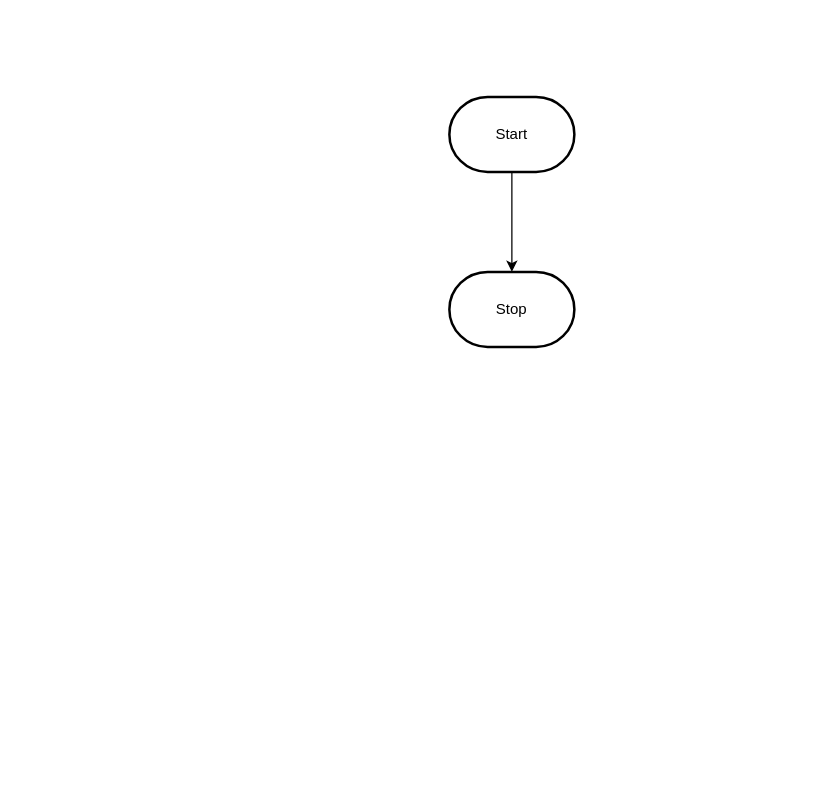
Above: design/flowchart.drawio in MTHS-TEJ2O-1-2023/TEJ2O-Unit-2-09-ihor-chernyshev (draw.io), before the change. Source tidied: cells renumbered, new cells numbered last; positions are measured from the earlier drawing's top-left corner, leaving out a move shared by most shapes. Both pictures are drawn from the tidied source at 125%, with x=0, y=0 at pixel (449, 96).
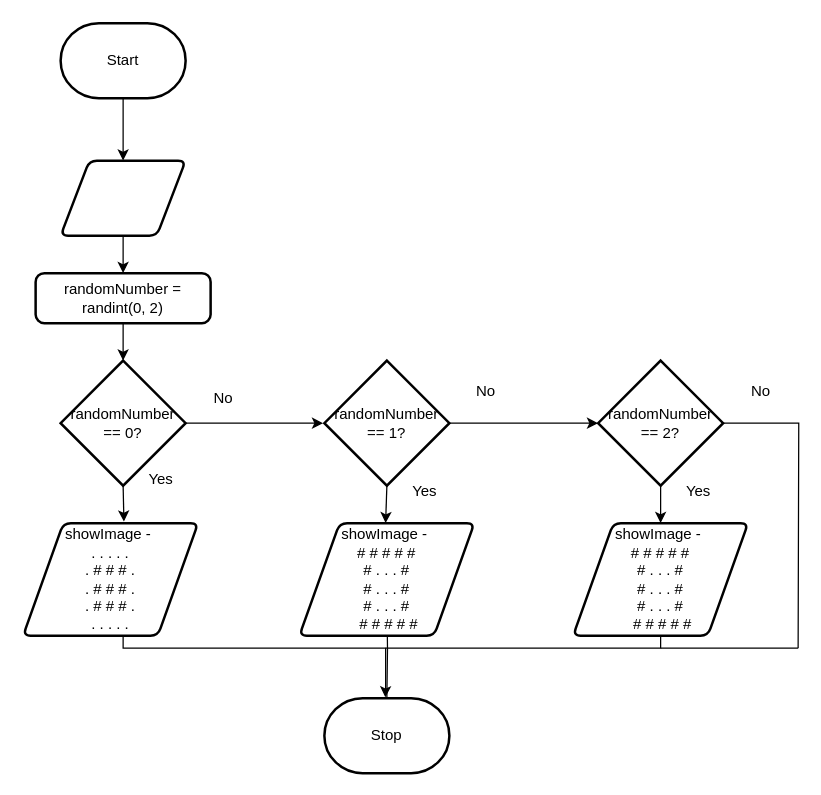
The same diagram, later.

Diff of the diagram source:
```diff
@@
-    <mxCell id="2" style="edgeStyle=orthogonalEdgeStyle;html=1;rounded=0;" parent="1" edge="1" source="3" target="4">
-      <mxGeometry relative="1" as="geometry" />
-    </mxCell>
+    <mxCell id="5" style="edgeStyle=none;html=1;exitX=0.5;exitY=1;exitDx=0;exitDy=0;exitPerimeter=0;entryX=0.5;entryY=0;entryDx=0;entryDy=0;" parent="1" edge="1" source="3" target="2">
+      <mxGeometry relative="1" as="geometry" />
+    </mxCell>
     <mxCell id="3" value="Start" style="strokeWidth=2;html=1;shape=mxgraph.flowchart.terminator;whiteSpace=wrap;" parent="1" vertex="1">
-      <mxGeometry width="100" height="60" as="geometry" />
+      <mxGeometry x="-311" y="-59" width="100" height="60" as="geometry" />
     </mxCell>
     <mxCell id="4" value="Stop" style="strokeWidth=2;html=1;shape=mxgraph.flowchart.terminator;whiteSpace=wrap;" parent="1" vertex="1">
-      <mxGeometry y="140" width="100" height="60" as="geometry" />
+      <mxGeometry x="-100" y="481" width="100" height="60" as="geometry" />
     </mxCell>
+    <mxCell id="6" style="edgeStyle=none;html=1;exitX=0.5;exitY=1;exitDx=0;exitDy=0;entryX=0.5;entryY=0;entryDx=0;entryDy=0;" parent="1" edge="1" source="2" target="8">
+      <mxGeometry relative="1" as="geometry" />
+    </mxCell>
+    <mxCell id="2" style="shape=parallelogram;html=1;strokeWidth=2;perimeter=parallelogramPerimeter;whiteSpace=wrap;rounded=1;arcSize=12;size=0.23;" parent="1" vertex="1">
+      <mxGeometry x="-311" y="51" width="100" height="60" as="geometry" />
+    </mxCell>
+    <mxCell id="7" style="edgeStyle=none;html=1;exitX=0.5;exitY=1;exitDx=0;exitDy=0;entryX=0.5;entryY=0;entryDx=0;entryDy=0;entryPerimeter=0;" parent="1" edge="1" source="8" target="11">
+      <mxGeometry relative="1" as="geometry" />
+    </mxCell>
+    <mxCell id="8" value="randomNumber = randint(0, 2)" style="rounded=1;whiteSpace=wrap;html=1;absoluteArcSize=1;arcSize=14;strokeWidth=2;" parent="1" vertex="1">
+      <mxGeometry x="-331" y="141" width="140" height="40" as="geometry" />
+    </mxCell>
+    <mxCell id="9" style="edgeStyle=none;html=1;exitX=0.5;exitY=1;exitDx=0;exitDy=0;exitPerimeter=0;entryX=0.576;entryY=-0.014;entryDx=0;entryDy=0;entryPerimeter=0;" parent="1" edge="1" source="11" target="19">
+      <mxGeometry relative="1" as="geometry" />
+    </mxCell>
+    <mxCell id="10" style="edgeStyle=none;html=1;exitX=1;exitY=0.5;exitDx=0;exitDy=0;exitPerimeter=0;" parent="1" edge="1" source="11">
+      <mxGeometry relative="1" as="geometry">
+        <mxPoint x="-101" y="261" as="targetPoint" />
+      </mxGeometry>
+    </mxCell>
+    <mxCell id="11" value="randomNumber == 0?" style="strokeWidth=2;html=1;shape=mxgraph.flowchart.decision;whiteSpace=wrap;" parent="1" vertex="1">
+      <mxGeometry x="-311" y="211" width="100" height="100" as="geometry" />
+    </mxCell>
+    <mxCell id="12" style="edgeStyle=none;html=1;exitX=0.5;exitY=1;exitDx=0;exitDy=0;exitPerimeter=0;" parent="1" edge="1" source="14">
+      <mxGeometry relative="1" as="geometry">
+        <mxPoint x="-51" y="341" as="targetPoint" />
+      </mxGeometry>
+    </mxCell>
+    <mxCell id="13" style="edgeStyle=none;html=1;exitX=1;exitY=0.5;exitDx=0;exitDy=0;exitPerimeter=0;entryX=0;entryY=0.5;entryDx=0;entryDy=0;entryPerimeter=0;" parent="1" edge="1" source="14" target="17">
+      <mxGeometry relative="1" as="geometry" />
+    </mxCell>
+    <mxCell id="14" value="randomNumber == 1?" style="strokeWidth=2;html=1;shape=mxgraph.flowchart.decision;whiteSpace=wrap;" parent="1" vertex="1">
+      <mxGeometry x="-100" y="211" width="100" height="100" as="geometry" />
+    </mxCell>
+    <mxCell id="15" style="edgeStyle=none;html=1;exitX=0.5;exitY=1;exitDx=0;exitDy=0;exitPerimeter=0;" parent="1" edge="1" source="17">
+      <mxGeometry relative="1" as="geometry">
+        <mxPoint x="169" y="341" as="targetPoint" />
+      </mxGeometry>
+    </mxCell>
+    <mxCell id="16" style="edgeStyle=orthogonalEdgeStyle;rounded=0;html=1;exitX=1;exitY=0.5;exitDx=0;exitDy=0;exitPerimeter=0;endArrow=none;endFill=0;" parent="1" edge="1" source="17">
+      <mxGeometry relative="1" as="geometry">
+        <mxPoint x="279" y="441" as="targetPoint" />
+      </mxGeometry>
+    </mxCell>
+    <mxCell id="17" value="randomNumber == 2?" style="strokeWidth=2;html=1;shape=mxgraph.flowchart.decision;whiteSpace=wrap;" parent="1" vertex="1">
+      <mxGeometry x="119" y="211" width="100" height="100" as="geometry" />
+    </mxCell>
+    <mxCell id="18" style="edgeStyle=orthogonalEdgeStyle;html=1;exitX=0.5;exitY=1;exitDx=0;exitDy=0;rounded=0;entryX=0.488;entryY=-0.01;entryDx=0;entryDy=0;entryPerimeter=0;" parent="1" edge="1" source="19" target="4">
+      <mxGeometry relative="1" as="geometry">
+        <Array as="points">
+          <mxPoint x="-261" y="441" />
+          <mxPoint x="-51" y="441" />
+          <mxPoint x="-51" y="471" />
+          <mxPoint x="-51" y="471" />
+        </Array>
+      </mxGeometry>
+    </mxCell>
+    <mxCell id="19" value="showImage -&amp;nbsp;&lt;br&gt;&lt;div&gt;. . . . .&lt;/div&gt;&lt;div&gt;. # # # .&lt;/div&gt;&lt;div&gt;. # # # .&lt;/div&gt;&lt;div&gt;. # # # .&lt;/div&gt;&lt;div&gt;. . . . .&lt;/div&gt;" style="shape=parallelogram;html=1;strokeWidth=2;perimeter=parallelogramPerimeter;whiteSpace=wrap;rounded=1;arcSize=12;size=0.23;" parent="1" vertex="1">
+      <mxGeometry x="-341" y="341" width="140" height="90" as="geometry" />
+    </mxCell>
+    <mxCell id="20" style="edgeStyle=orthogonalEdgeStyle;rounded=0;html=1;exitX=0.5;exitY=1;exitDx=0;exitDy=0;endArrow=none;endFill=0;entryX=0.5;entryY=0;entryDx=0;entryDy=0;entryPerimeter=0;" parent="1" edge="1" target="4">
+      <mxGeometry relative="1" as="geometry">
+        <mxPoint x="-50" y="401" as="sourcePoint" />
+      </mxGeometry>
+    </mxCell>
+    <mxCell id="21" style="edgeStyle=orthogonalEdgeStyle;rounded=0;html=1;exitX=0.5;exitY=1;exitDx=0;exitDy=0;endArrow=none;endFill=0;" parent="1" edge="1">
+      <mxGeometry relative="1" as="geometry">
+        <mxPoint x="169" y="401" as="sourcePoint" />
+        <mxPoint x="-51" y="441" as="targetPoint" />
+        <Array as="points">
+          <mxPoint x="169" y="441" />
+        </Array>
+      </mxGeometry>
+    </mxCell>
+    <mxCell id="22" value="No" style="text;html=1;align=center;verticalAlign=middle;strokeColor=none;fillColor=none;" parent="1" vertex="1">
+      <mxGeometry x="-201" y="226" width="40" height="30" as="geometry" />
+    </mxCell>
+    <mxCell id="23" value="Yes" style="text;html=1;align=center;verticalAlign=middle;strokeColor=none;fillColor=none;" parent="1" vertex="1">
+      <mxGeometry x="-251" y="291" width="40" height="30" as="geometry" />
+    </mxCell>
+    <mxCell id="24" value="No" style="text;html=1;align=center;verticalAlign=middle;strokeColor=none;fillColor=none;" parent="1" vertex="1">
+      <mxGeometry x="9" y="221" width="40" height="30" as="geometry" />
+    </mxCell>
+    <mxCell id="25" value="Yes" style="text;html=1;align=center;verticalAlign=middle;strokeColor=none;fillColor=none;" parent="1" vertex="1">
+      <mxGeometry x="-40" y="301" width="40" height="30" as="geometry" />
+    </mxCell>
+    <mxCell id="26" value="Yes" style="text;html=1;align=center;verticalAlign=middle;strokeColor=none;fillColor=none;" parent="1" vertex="1">
+      <mxGeometry x="179" y="301" width="40" height="30" as="geometry" />
+    </mxCell>
+    <mxCell id="27" style="edgeStyle=none;orthogonalLoop=1;jettySize=auto;html=1;rounded=0;endArrow=none;endFill=0;" parent="1" edge="1">
+      <mxGeometry relative="1" as="geometry">
+        <mxPoint x="169" y="441" as="sourcePoint" />
+        <mxPoint x="279" y="441" as="targetPoint" />
+      </mxGeometry>
+    </mxCell>
+    <mxCell id="28" value="No" style="text;html=1;align=center;verticalAlign=middle;strokeColor=none;fillColor=none;" parent="1" vertex="1">
+      <mxGeometry x="229" y="221" width="40" height="30" as="geometry" />
+    </mxCell>
+    <mxCell id="29" value="showImage -&amp;nbsp;&lt;br&gt;&lt;div&gt;&lt;div&gt;# # # # #&lt;/div&gt;&lt;div&gt;# . . . #&lt;/div&gt;&lt;div&gt;# . . . #&lt;/div&gt;&lt;div&gt;# . . . #&lt;/div&gt;&lt;div&gt;&amp;nbsp;# # # # #&lt;/div&gt;&lt;/div&gt;" style="shape=parallelogram;html=1;strokeWidth=2;perimeter=parallelogramPerimeter;whiteSpace=wrap;rounded=1;arcSize=12;size=0.23;" parent="1" vertex="1">
+      <mxGeometry x="-120" y="341" width="140" height="90" as="geometry" />
+    </mxCell>
+    <mxCell id="30" value="showImage -&amp;nbsp;&lt;br&gt;&lt;div&gt;&lt;div&gt;# # # # #&lt;/div&gt;&lt;div&gt;# . . . #&lt;/div&gt;&lt;div&gt;# . . . #&lt;/div&gt;&lt;div&gt;# . . . #&lt;/div&gt;&lt;div&gt;&amp;nbsp;# # # # #&lt;/div&gt;&lt;/div&gt;" style="shape=parallelogram;html=1;strokeWidth=2;perimeter=parallelogramPerimeter;whiteSpace=wrap;rounded=1;arcSize=12;size=0.23;" parent="1" vertex="1">
+      <mxGeometry x="99" y="341" width="140" height="90" as="geometry" />
+    </mxCell>
```
